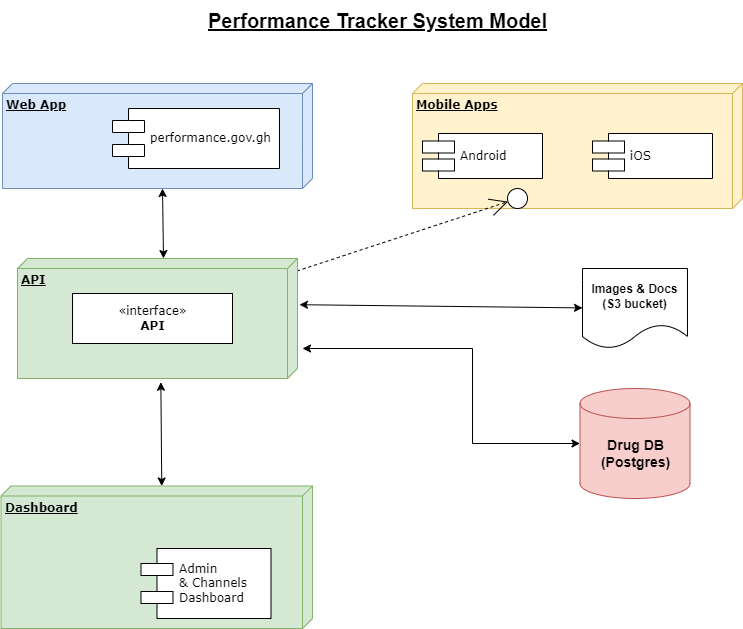
The draw.io diagram PerfTracker.drawio.png in cephydex/archdiags, before a commit. Source tidied: cells renumbered, new cells last; positions are measured from the earlier drawing's top-left corner, leaving out a move shared by most shapes.
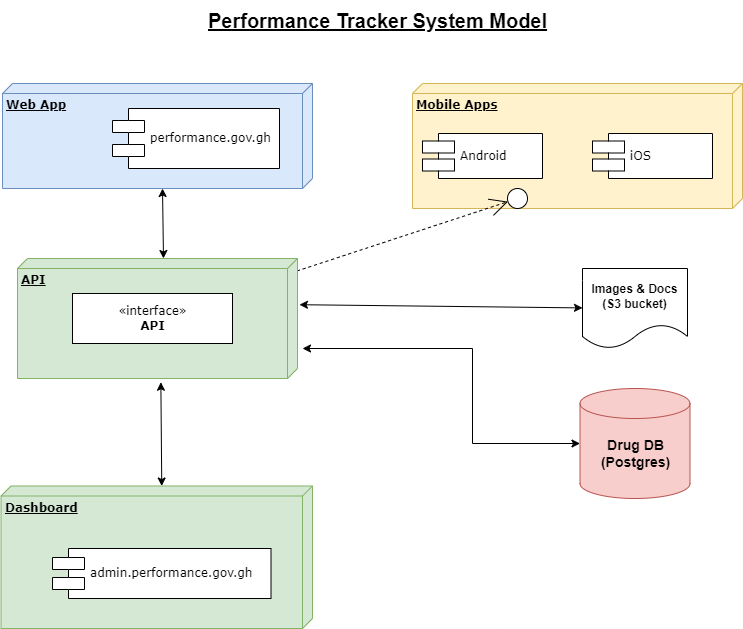
The same diagram one commit later.

The edit, as a diff of the source:
```diff
@@ -17,8 +17,8 @@
     <mxCell id="6" value="Android" style="shape=component;align=left;spacingLeft=36;rounded=0;shadow=0;comic=0;labelBackgroundColor=none;strokeWidth=1;fontFamily=Verdana;fontSize=12;html=1;" parent="1" vertex="1">
       <mxGeometry x="422" y="133" width="120" height="45" as="geometry" />
     </mxCell>
-    <mxCell id="7" value="Admin&lt;br&gt;&amp;amp; Channels &lt;br&gt;Dashboard" style="shape=component;align=left;spacingLeft=36;rounded=0;shadow=0;comic=0;labelBackgroundColor=none;strokeWidth=1;fontFamily=Verdana;fontSize=12;html=1;" parent="1" vertex="1">
-      <mxGeometry x="140.5" y="548" width="130" height="70" as="geometry" />
+    <mxCell id="7" value="admin.performance.gov.gh" style="shape=component;align=left;spacingLeft=36;rounded=0;shadow=0;comic=0;labelBackgroundColor=none;strokeWidth=1;fontFamily=Verdana;fontSize=12;html=1;" parent="1" vertex="1">
+      <mxGeometry x="52" y="548" width="218.5" height="50" as="geometry" />
     </mxCell>
     <mxCell id="8" style="edgeStyle=none;rounded=0;html=1;dashed=1;labelBackgroundColor=none;startArrow=none;startFill=0;startSize=8;endArrow=open;endFill=0;endSize=16;fontFamily=Verdana;fontSize=12;" parent="1" edge="1" source="21" target="12">
       <mxGeometry relative="1" as="geometry" />
```
